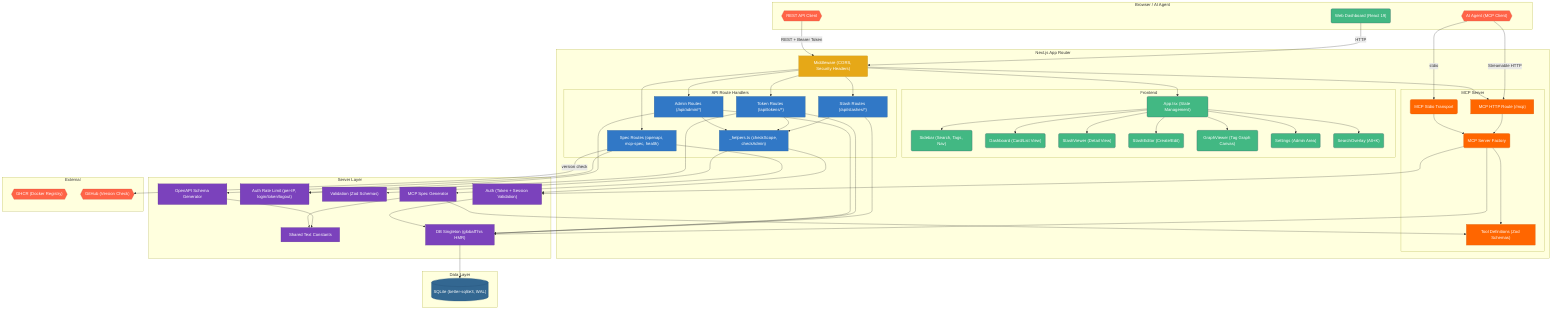
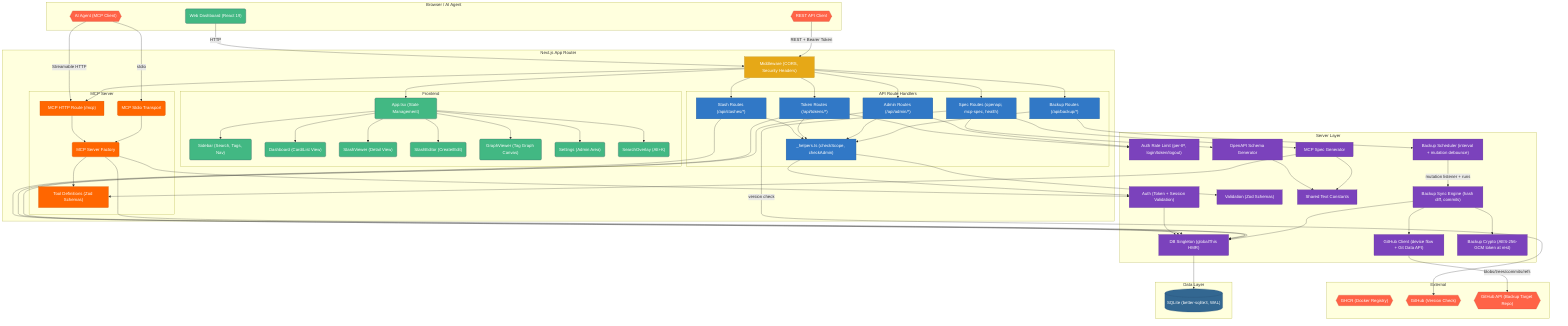
flowchart TD
    subgraph "Browser / AI Agent"
        Browser("Web Dashboard (React 19)")
        AIAgent{{"AI Agent (MCP Client)"}}
        APIClient{{"REST API Client"}}
    end

    subgraph "Next.js App Router"
        Middleware["Middleware (CORS, Security Headers)"]

        subgraph "Frontend"
            AppRoot("App.tsx (State Management)")
            Sidebar("Sidebar (Search, Tags, Nav)")
            Dashboard("Dashboard (Card/List View)")
            StashViewer("StashViewer (Detail View)")
            StashEditor("StashEditor (Create/Edit)")
            GraphViewer("GraphViewer (Tag Graph Canvas)")
            Settings("Settings (Admin Area)")
            SearchOverlay("SearchOverlay (Alt+K)")
        end

        subgraph "API Route Handlers"
            Helpers["_helpers.ts (checkScope, checkAdmin)"]
            StashRoutes["Stash Routes (/api/stashes/*)"]
            TokenRoutes["Token Routes (/api/tokens/*)"]
            AdminRoutes["Admin Routes (/api/admin/*)"]
+             BackupRoutes["Backup Routes (/api/backup/*)"]
            SpecRoutes["Spec Routes (openapi, mcp-spec, health)"]
        end

        subgraph "MCP Server"
            MCPRoute["MCP HTTP Route (/mcp)"]
            MCPServer("MCP Server Factory")
            ToolDefs["Tool Definitions (Zod Schemas)"]
            MCPStdio("MCP Stdio Transport")
        end
    end

    subgraph "Server Layer"
        Auth["Auth (Token + Session Validation)"]
        AuthRateLimit["Auth Rate Limit (per-IP, login/token/logout)"]
        Validation["Validation (Zod Schemas)"]
        SharedText["Shared Text Constants"]
        OpenAPI["OpenAPI Schema Generator"]
        MCPSpec["MCP Spec Generator"]
        DBSingleton["DB Singleton (globalThis HMR)"]
+         BackupScheduler["Backup Scheduler (interval + mutation debounce)"]
+         BackupService["Backup Sync Engine (hash diff, commits)"]
+         GitHubClient["GitHub Client (device flow + Git Data API)"]
+         BackupCrypto["Backup Crypto (AES-256-GCM token at rest)"]
    end

    subgraph "Data Layer"
        DB[("SQLite (better-sqlite3, WAL)")]
    end

    subgraph "External"
        GHCR{{"GHCR (Docker Registry)"}}
        GitHub{{"GitHub (Version Check)"}}
+         GitHubAPI{{"GitHub API (Backup Target Repo)"}}
    end

    Browser -->|"HTTP"| Middleware
    AIAgent -->|"Streamable HTTP"| MCPRoute
    AIAgent -->|"stdio"| MCPStdio
    APIClient -->|"REST + Bearer Token"| Middleware

    Middleware --> AppRoot
    Middleware --> StashRoutes
    Middleware --> TokenRoutes
    Middleware --> AdminRoutes
+     Middleware --> BackupRoutes
    Middleware --> SpecRoutes
    Middleware --> MCPRoute

    AppRoot --> Sidebar
    AppRoot --> Dashboard
    AppRoot --> StashViewer
    AppRoot --> StashEditor
    AppRoot --> GraphViewer
    AppRoot --> Settings
    AppRoot --> SearchOverlay

    StashRoutes --> Helpers
    TokenRoutes --> Helpers
    AdminRoutes --> Helpers
    TokenRoutes --> AuthRateLimit
    AdminRoutes --> AuthRateLimit
    Helpers --> Auth
    Helpers --> Validation

    MCPRoute --> MCPServer
    MCPStdio --> MCPServer
    MCPServer --> ToolDefs
    MCPServer --> Auth

    SpecRoutes --> OpenAPI
    SpecRoutes --> MCPSpec
    MCPSpec --> ToolDefs
    OpenAPI --> SharedText
    MCPSpec --> SharedText

    Auth --> DBSingleton
    StashRoutes --> DBSingleton
    TokenRoutes --> DBSingleton
    AdminRoutes --> DBSingleton
    MCPServer --> DBSingleton
    DBSingleton --> DB

+     BackupRoutes --> Helpers
+     BackupRoutes --> BackupScheduler
+     BackupScheduler -->|"mutation listener + runs"| BackupService
+     BackupService --> BackupCrypto
+     BackupService --> GitHubClient
+     BackupService --> DBSingleton
+     GitHubClient -->|"blobs/trees/commits/refs"| GitHubAPI
+ 
    SpecRoutes -->|"version check"| GitHub

    click Browser "src/App.tsx"
    click AppRoot "src/App.tsx"
    click Sidebar "src/components/Sidebar.tsx"
    click Dashboard "src/components/Dashboard.tsx"
    click StashViewer "src/components/StashViewer.tsx"
    click StashEditor "src/components/editor/StashEditor.tsx"
    click GraphViewer "src/components/GraphViewer.tsx"
    click Settings "src/components/Settings.tsx"
    click SearchOverlay "src/components/SearchOverlay.tsx"
    click Middleware "src/middleware.ts"
    click Helpers "src/app/api/_helpers.ts"
    click StashRoutes "src/app/api/stashes"
    click TokenRoutes "src/app/api/tokens"
    click AdminRoutes "src/app/api/admin"
    click SpecRoutes "src/app/api/openapi"
    click MCPRoute "src/app/mcp/route.ts"
    click MCPServer "src/server/mcp-server.ts"
    click ToolDefs "src/server/tool-defs.ts"
    click MCPStdio "src/server/mcp.ts"
    click Auth "src/server/auth.ts"
    click AuthRateLimit "src/server/auth-rate-limit.ts"
    click Validation "src/server/validation.ts"
    click SharedText "src/server/shared-text.ts"
    click OpenAPI "src/server/openapi.ts"
    click MCPSpec "src/server/mcp-spec.ts"
    click DBSingleton "src/server/singleton.ts"
    click DB "src/server/db.ts"
+     click BackupRoutes "src/app/api/backup"
+     click BackupScheduler "src/server/backup/backup-scheduler.ts"
+     click BackupService "src/server/backup/backup-service.ts"
+     click GitHubClient "src/server/backup/github-client.ts"
+     click BackupCrypto "src/server/backup/backup-crypto.ts"

    classDef frontend fill:#42b883,stroke:#35495e,color:#fff
    classDef backend fill:#3178c6,stroke:#265a8f,color:#fff
    classDef database fill:#336791,stroke:#264d73,color:#fff
    classDef mcp fill:#ff6600,stroke:#cc5200,color:#fff
    classDef server fill:#7b42bc,stroke:#5e338f,color:#fff
    classDef external fill:#ff6347,stroke:#cc4f39,color:#fff
    classDef middleware fill:#e6a817,stroke:#b8860b,color:#fff

    class Browser,AppRoot,Sidebar,Dashboard,StashViewer,StashEditor,GraphViewer,Settings,SearchOverlay frontend
-     class Helpers,StashRoutes,TokenRoutes,AdminRoutes,SpecRoutes backend
+     class Helpers,StashRoutes,TokenRoutes,AdminRoutes,BackupRoutes,SpecRoutes backend
    class MCPRoute,MCPServer,ToolDefs,MCPStdio mcp
-     class Auth,AuthRateLimit,Validation,SharedText,OpenAPI,MCPSpec,DBSingleton server
+     class Auth,AuthRateLimit,Validation,SharedText,OpenAPI,MCPSpec,DBSingleton,BackupScheduler,BackupService,GitHubClient,BackupCrypto server
    class DB database
-     class GHCR,GitHub,AIAgent,APIClient external
+     class GHCR,GitHub,GitHubAPI,AIAgent,APIClient external
    class Middleware middleware
